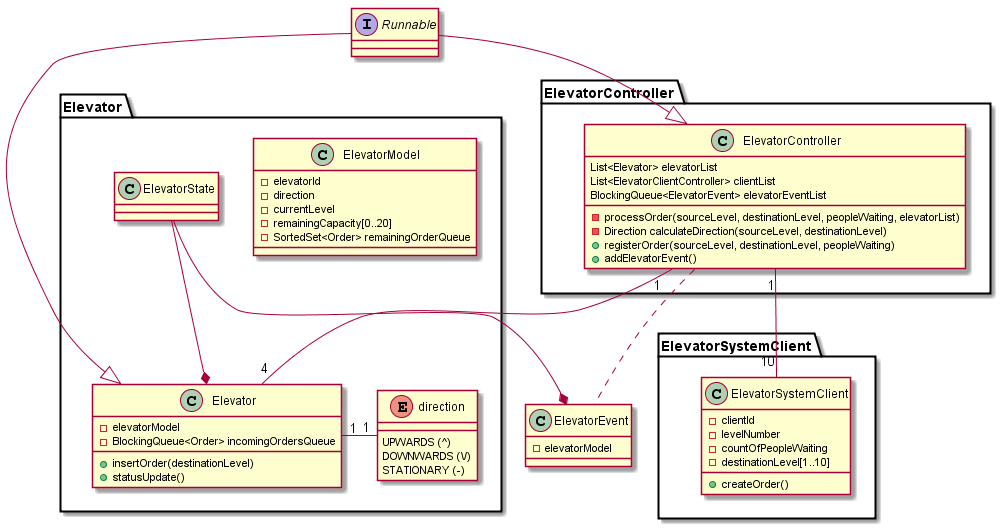
This is src/main/docs/generated/ClassDiagrams.png from nabsha/ascender, a PlantUML export, as it was before one commit.
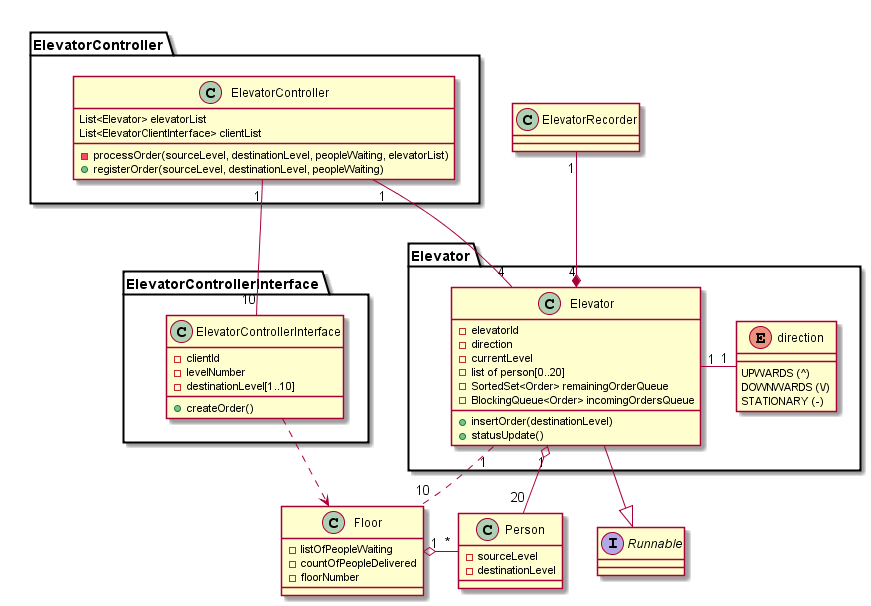
The same diagram one commit later.

What changed in the source:
```diff
@@ -1,26 +1,37 @@
 @startuml
 
-package ElevatorSystemClient {
-  class ElevatorSystemClient{
+package ElevatorControllerInterface {
+  class ElevatorControllerInterface{
     - clientId
     - levelNumber
-    - countOfPeopleWaiting
     - destinationLevel[1..10]
     + createOrder()
   }
 }
+
+ElevatorControllerInterface .> Floor
+
+Elevator "1" . "10" Floor
+
+class Floor {
+    - listOfPeopleWaiting
+    - countOfPeopleDelivered
+    - floorNumber
+}
+
+class Person {
+  - sourceLevel
+  - destinationLevel
+}
+
 package "Elevator" {
-  class ElevatorModel {
+
+  class Elevator {
     - elevatorId
     - direction
     - currentLevel
-    - remainingCapacity[0..20]
+    - list of person[0..20]
     - SortedSet<Order> remainingOrderQueue
-  }
-
-  ElevatorState --* Elevator
-  class Elevator {
-    - elevatorModel
     - BlockingQueue<Order> incomingOrdersQueue
     + insertOrder(destinationLevel)
     + statusUpdate()
@@ -34,31 +45,31 @@
   }
 
 }
+
 package ElevatorController {
   class ElevatorController {
     List<Elevator> elevatorList
-    List<ElevatorClientController> clientList
-    BlockingQueue<ElevatorEvent> elevatorEventList
+    List<ElevatorClientInterface> clientList
     - processOrder(sourceLevel, destinationLevel, peopleWaiting, elevatorList)
-    - Direction calculateDirection(sourceLevel, destinationLevel)
     + registerOrder(sourceLevel, destinationLevel, peopleWaiting)
-    + addElevatorEvent()
   }
 }
-class ElevatorEvent {
-  - elevatorModel
+
+class ElevatorRecorder {
+
 }
-ElevatorState --* ElevatorEvent
+
+ElevatorRecorder "1" -* "4" Elevator
+
 
 ElevatorController "1" - "4" Elevator
-ElevatorController "1" - "10" ElevatorSystemClient
-ElevatorController . ElevatorEvent
+ElevatorController "1" - "10" ElevatorControllerInterface
 
 Elevator "1" - "1" direction
+Elevator "1" o- "20" Person
+Floor "1" o- "*" Person
 
 interface Runnable
-Runnable -|> Elevator
-Runnable -|> ElevatorController
-
+Elevator -|> Runnable
 
 @enduml
```
